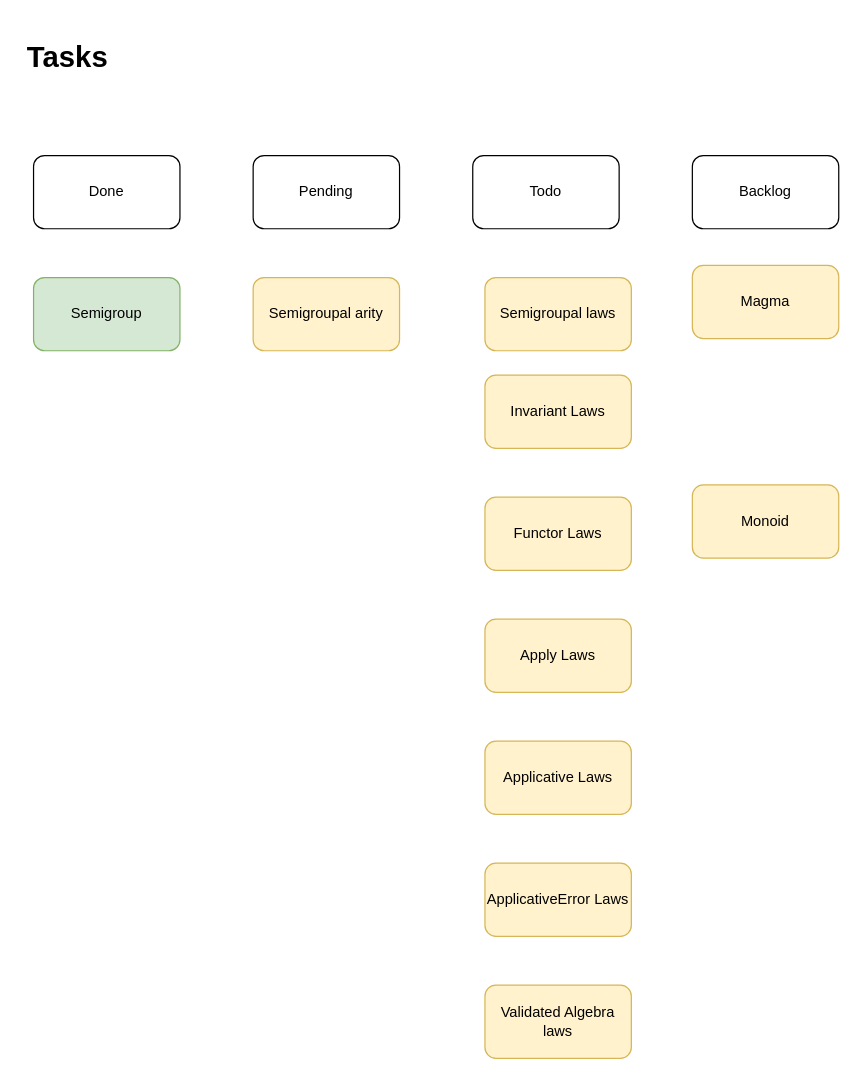
Above: page "Tasks" (2 of 2) of diagram.drawio in noReasonException/my-cats (draw.io), before the change. Source tidied: cells renumbered, new cells numbered last; positions are measured from the earlier drawing's top-left corner, leaving out a move shared by most shapes. Both pictures are drawn from the tidied source at 122%, with x=0, y=0 at pixel (21, 33).
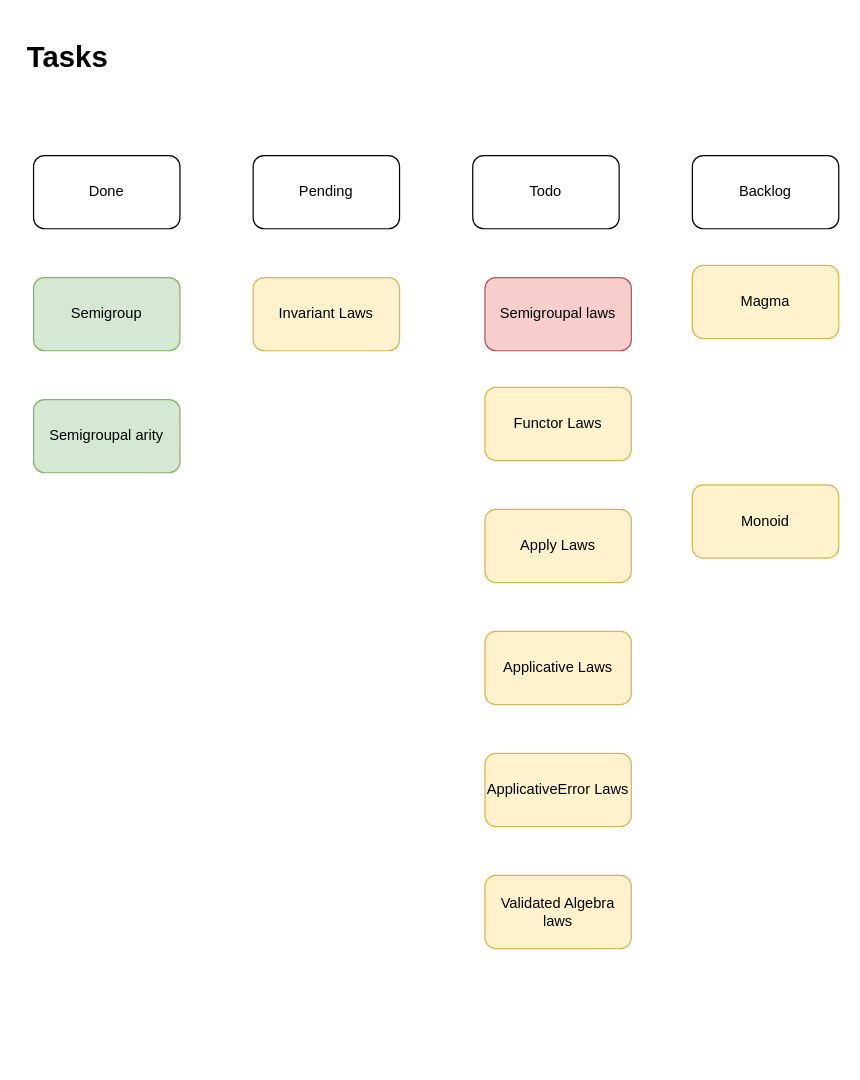
Above is the later version.

Change to the diagram source:
```diff
@@
 <mxGraphModel>
   <root>
     <mxCell id="0" />
     <mxCell id="1" parent="0" />
     <mxCell id="2" value="&lt;h1&gt;Tasks&lt;/h1&gt;&lt;p&gt;&lt;br&gt;&lt;/p&gt;" style="text;html=1;strokeColor=none;fillColor=none;spacing=5;spacingTop=-20;whiteSpace=wrap;overflow=hidden;rounded=0;" parent="1" vertex="1">
       <mxGeometry width="190" height="120" as="geometry" />
     </mxCell>
     <mxCell id="3" value="Done" style="rounded=1;whiteSpace=wrap;html=1;" parent="1" vertex="1">
       <mxGeometry x="10" y="100" width="120" height="60" as="geometry" />
     </mxCell>
     <mxCell id="4" value="Pending" style="rounded=1;whiteSpace=wrap;html=1;" parent="1" vertex="1">
       <mxGeometry x="190" y="100" width="120" height="60" as="geometry" />
     </mxCell>
     <mxCell id="5" value="Todo" style="rounded=1;whiteSpace=wrap;html=1;" parent="1" vertex="1">
       <mxGeometry x="370" y="100" width="120" height="60" as="geometry" />
     </mxCell>
-    <mxCell id="6" value="Semigroupal arity" style="rounded=1;whiteSpace=wrap;html=1;fillColor=#fff2cc;strokeColor=#d6b656;" parent="1" vertex="1">
-      <mxGeometry x="190" y="200" width="120" height="60" as="geometry" />
+    <mxCell id="6" value="Semigroupal arity" style="rounded=1;whiteSpace=wrap;html=1;fillColor=#d5e8d4;strokeColor=#82b366;" parent="1" vertex="1">
+      <mxGeometry x="10" y="300" width="120" height="60" as="geometry" />
     </mxCell>
     <mxCell id="7" value="Magma" style="rounded=1;whiteSpace=wrap;html=1;fillColor=#fff2cc;strokeColor=#d6b656;" parent="1" vertex="1">
       <mxGeometry x="550" y="190" width="120" height="60" as="geometry" />
     </mxCell>
     <mxCell id="8" value="Semigroup" style="rounded=1;whiteSpace=wrap;html=1;fillColor=#d5e8d4;strokeColor=#82b366;" parent="1" vertex="1">
       <mxGeometry x="10" y="200" width="120" height="60" as="geometry" />
     </mxCell>
     <mxCell id="9" value="Monoid" style="rounded=1;whiteSpace=wrap;html=1;fillColor=#fff2cc;strokeColor=#d6b656;" parent="1" vertex="1">
       <mxGeometry x="550" y="370" width="120" height="60" as="geometry" />
     </mxCell>
     <mxCell id="10" value="Invariant Laws" style="rounded=1;whiteSpace=wrap;html=1;fillColor=#fff2cc;strokeColor=#d6b656;" parent="1" vertex="1">
-      <mxGeometry x="380" y="280" width="120" height="60" as="geometry" />
+      <mxGeometry x="190" y="200" width="120" height="60" as="geometry" />
     </mxCell>
     <mxCell id="11" value="Functor Laws" style="rounded=1;whiteSpace=wrap;html=1;fillColor=#fff2cc;strokeColor=#d6b656;" parent="1" vertex="1">
-      <mxGeometry x="380" y="380" width="120" height="60" as="geometry" />
+      <mxGeometry x="380" y="290" width="120" height="60" as="geometry" />
     </mxCell>
-    <mxCell id="12" value="Semigroupal laws" style="rounded=1;whiteSpace=wrap;html=1;fillColor=#fff2cc;strokeColor=#d6b656;" parent="1" vertex="1">
+    <mxCell id="12" value="Semigroupal laws" style="rounded=1;whiteSpace=wrap;html=1;fillColor=#f8cecc;strokeColor=#b85450;" parent="1" vertex="1">
       <mxGeometry x="380" y="200" width="120" height="60" as="geometry" />
     </mxCell>
     <mxCell id="13" value="Apply Laws" style="rounded=1;whiteSpace=wrap;html=1;fillColor=#fff2cc;strokeColor=#d6b656;" parent="1" vertex="1">
-      <mxGeometry x="380" y="480" width="120" height="60" as="geometry" />
+      <mxGeometry x="380" y="390" width="120" height="60" as="geometry" />
     </mxCell>
     <mxCell id="14" value="Applicative Laws" style="rounded=1;whiteSpace=wrap;html=1;fillColor=#fff2cc;strokeColor=#d6b656;" parent="1" vertex="1">
-      <mxGeometry x="380" y="580" width="120" height="60" as="geometry" />
+      <mxGeometry x="380" y="490" width="120" height="60" as="geometry" />
     </mxCell>
     <mxCell id="15" value="ApplicativeError Laws" style="rounded=1;whiteSpace=wrap;html=1;fillColor=#fff2cc;strokeColor=#d6b656;" parent="1" vertex="1">
-      <mxGeometry x="380" y="680" width="120" height="60" as="geometry" />
+      <mxGeometry x="380" y="590" width="120" height="60" as="geometry" />
     </mxCell>
     <mxCell id="16" value="Validated Algebra laws" style="rounded=1;whiteSpace=wrap;html=1;fillColor=#fff2cc;strokeColor=#d6b656;" parent="1" vertex="1">
-      <mxGeometry x="380" y="780" width="120" height="60" as="geometry" />
+      <mxGeometry x="380" y="690" width="120" height="60" as="geometry" />
     </mxCell>
     <mxCell id="17" value="Backlog" style="rounded=1;whiteSpace=wrap;html=1;" parent="1" vertex="1">
       <mxGeometry x="550" y="100" width="120" height="60" as="geometry" />
     </mxCell>
   </root>
 </mxGraphModel>
```
